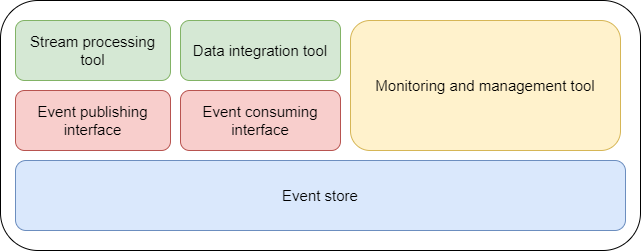
duyhieuvo/master-thesis keeps this draw.io diagram as images/espplatform.png. Above is the earlier version. Source tidied: cells renumbered, new cells last; positions are measured from the earlier drawing's top-left corner, leaving out a move shared by most shapes.
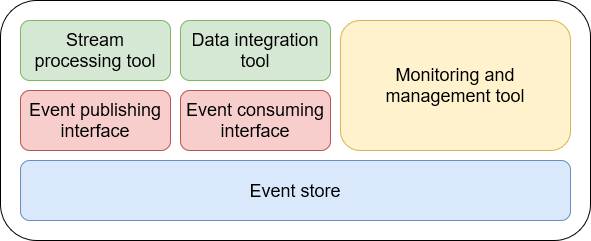
The same file after the commit.

The edit, as a diff of the source:
```diff
@@ -2,26 +2,26 @@
   <root>
     <mxCell id="0" />
     <mxCell id="1" parent="0" />
-    <mxCell id="2" style="rounded=1;whiteSpace=wrap;html=1;" parent="1" vertex="1">
-      <mxGeometry width="640" height="250" as="geometry" />
-    </mxCell>
+    <mxCell id="9" style="rounded=1;whiteSpace=wrap;html=1;" parent="1" vertex="1">
+      <mxGeometry x="150" y="10" width="590" height="240" as="geometry" />
+    </mxCell>
-    <mxCell id="3" value="&lt;font style=&quot;font-size: 15px&quot;&gt;Event store&lt;/font&gt;" style="rounded=1;whiteSpace=wrap;html=1;fillColor=#dae8fc;strokeColor=#6c8ebf;" parent="1" vertex="1">
-      <mxGeometry x="15" y="160" width="610" height="70" as="geometry" />
+    <mxCell id="3" value="&lt;font style=&quot;font-size: 18px&quot;&gt;Event store&lt;br&gt;&lt;/font&gt;" style="rounded=1;whiteSpace=wrap;html=1;fillColor=#dae8fc;strokeColor=#6c8ebf;" parent="1" vertex="1">
+      <mxGeometry x="170" y="170" width="550" height="60" as="geometry" />
     </mxCell>
-    <mxCell id="4" value="&lt;font style=&quot;font-size: 15px&quot;&gt;Event publishing interface&lt;/font&gt;" style="rounded=1;whiteSpace=wrap;html=1;fillColor=#f8cecc;strokeColor=#b85450;" parent="1" vertex="1">
-      <mxGeometry x="15" y="90" width="155" height="60" as="geometry" />
+    <mxCell id="4" value="&lt;font style=&quot;font-size: 18px&quot;&gt;Event publishing interface&lt;br&gt;&lt;/font&gt;" style="rounded=1;whiteSpace=wrap;html=1;fillColor=#f8cecc;strokeColor=#b85450;" parent="1" vertex="1">
+      <mxGeometry x="170" y="100" width="150" height="60" as="geometry" />
     </mxCell>
-    <mxCell id="5" value="&lt;font style=&quot;font-size: 15px&quot;&gt;Event consuming interface&lt;/font&gt;" style="rounded=1;whiteSpace=wrap;html=1;fillColor=#f8cecc;strokeColor=#b85450;" parent="1" vertex="1">
-      <mxGeometry x="180" y="90" width="160" height="60" as="geometry" />
+    <mxCell id="5" value="&lt;font style=&quot;font-size: 18px&quot;&gt;Event consuming interface&lt;br&gt;&lt;/font&gt;" style="rounded=1;whiteSpace=wrap;html=1;fillColor=#f8cecc;strokeColor=#b85450;" parent="1" vertex="1">
+      <mxGeometry x="330" y="100" width="150" height="60" as="geometry" />
     </mxCell>
-    <mxCell id="6" value="&lt;font style=&quot;font-size: 15px&quot;&gt;Stream processing tool&lt;/font&gt;" style="rounded=1;whiteSpace=wrap;html=1;fillColor=#d5e8d4;strokeColor=#82b366;" parent="1" vertex="1">
-      <mxGeometry x="15" y="20" width="155" height="60" as="geometry" />
+    <mxCell id="6" value="&lt;font style=&quot;font-size: 18px&quot;&gt;Stream processing tool&lt;br&gt;&lt;/font&gt;" style="rounded=1;whiteSpace=wrap;html=1;fillColor=#d5e8d4;strokeColor=#82b366;" parent="1" vertex="1">
+      <mxGeometry x="170" y="30" width="150" height="60" as="geometry" />
     </mxCell>
-    <mxCell id="7" value="&lt;font style=&quot;font-size: 15px&quot;&gt;Data integration tool&lt;/font&gt;" style="rounded=1;whiteSpace=wrap;html=1;fillColor=#d5e8d4;strokeColor=#82b366;" parent="1" vertex="1">
-      <mxGeometry x="180" y="20" width="160" height="60" as="geometry" />
+    <mxCell id="7" value="&lt;font style=&quot;font-size: 18px&quot;&gt;Data integration tool&lt;br&gt;&lt;/font&gt;" style="rounded=1;whiteSpace=wrap;html=1;fillColor=#d5e8d4;strokeColor=#82b366;" parent="1" vertex="1">
+      <mxGeometry x="330" y="30" width="150" height="60" as="geometry" />
     </mxCell>
-    <mxCell id="8" value="&lt;font style=&quot;font-size: 15px&quot;&gt;Monitoring and management tool&lt;/font&gt;" style="rounded=1;whiteSpace=wrap;html=1;fillColor=#fff2cc;strokeColor=#d6b656;" parent="1" vertex="1">
-      <mxGeometry x="350" y="20" width="270" height="130" as="geometry" />
+    <mxCell id="8" value="&lt;font style=&quot;font-size: 18px&quot;&gt;Monitoring and management tool&lt;br&gt;&lt;/font&gt;" style="rounded=1;whiteSpace=wrap;html=1;fillColor=#fff2cc;strokeColor=#d6b656;" parent="1" vertex="1">
+      <mxGeometry x="490" y="30" width="230" height="130" as="geometry" />
     </mxCell>
   </root>
 </mxGraphModel>
```
